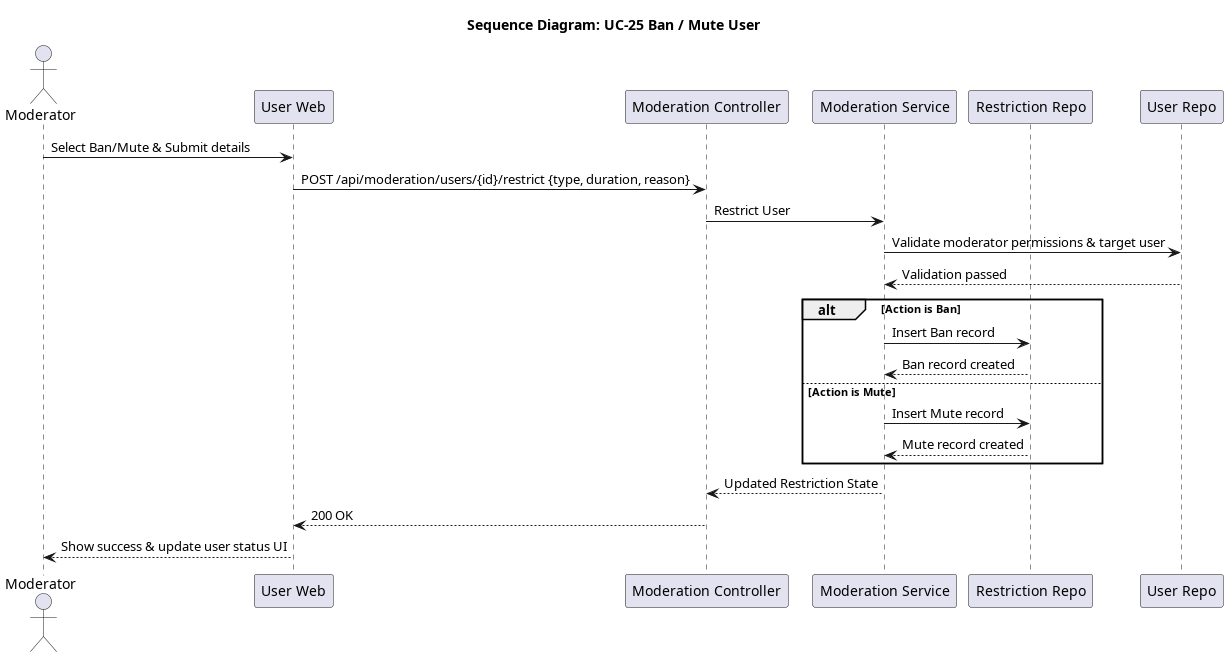
This is docs/srs_add/SAD/diagrams/seq_25_ban_mute_user.png from giakiet05/lkforum-new, a PlantUML export, as it was before one commit. Source of this version:
```plantuml
@startuml seq_25_ban_mute_user
title Sequence Diagram: UC-25 Ban / Mute User

actor Moderator
participant "User Web" as Frontend
participant "Moderation Controller" as Controller
participant "Moderation Service" as Service
participant "Restriction Repo" as Repo
participant "User Repo" as UserRepo

Moderator -> Frontend: Select Ban/Mute & Submit details
Frontend -> Controller: POST /api/moderation/users/{id}/restrict {type, duration, reason}
Controller -> Service: Restrict User
Service -> UserRepo: Validate moderator permissions & target user
UserRepo --> Service: Validation passed

alt Action is Ban
    Service -> Repo: Insert Ban record
    Repo --> Service: Ban record created
else Action is Mute
    Service -> Repo: Insert Mute record
    Repo --> Service: Mute record created
end

Service --> Controller: Updated Restriction State
Controller --> Frontend: 200 OK
Frontend --> Moderator: Show success & update user status UI
@enduml
```
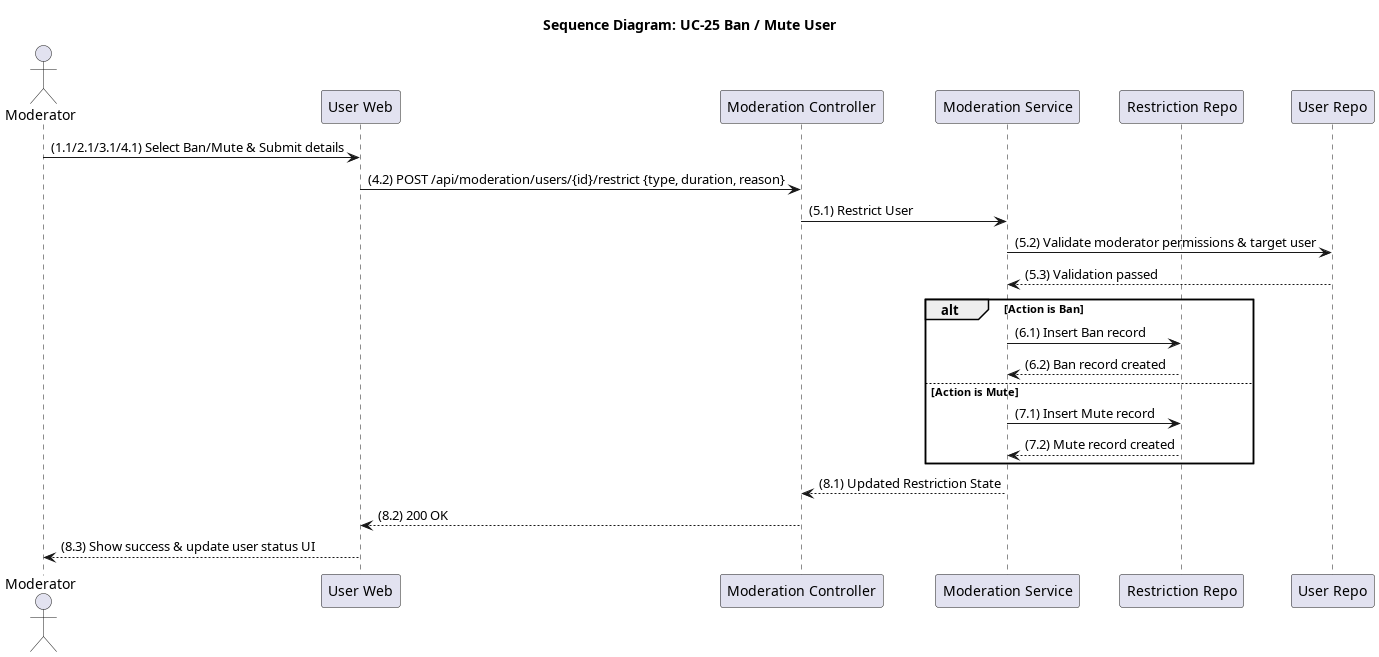
Above is the later version.

Diff of the diagram source:
```diff
@@ -8,21 +8,21 @@
 participant "Restriction Repo" as Repo
 participant "User Repo" as UserRepo
 
-Moderator -> Frontend: Select Ban/Mute & Submit details
-Frontend -> Controller: POST /api/moderation/users/{id}/restrict {type, duration, reason}
-Controller -> Service: Restrict User
-Service -> UserRepo: Validate moderator permissions & target user
-UserRepo --> Service: Validation passed
+Moderator -> Frontend: (1.1/2.1/3.1/4.1) Select Ban/Mute & Submit details
+Frontend -> Controller: (4.2) POST /api/moderation/users/{id}/restrict {type, duration, reason}
+Controller -> Service: (5.1) Restrict User
+Service -> UserRepo: (5.2) Validate moderator permissions & target user
+UserRepo --> Service: (5.3) Validation passed
 
 alt Action is Ban
-    Service -> Repo: Insert Ban record
-    Repo --> Service: Ban record created
+    Service -> Repo: (6.1) Insert Ban record
+    Repo --> Service: (6.2) Ban record created
 else Action is Mute
-    Service -> Repo: Insert Mute record
-    Repo --> Service: Mute record created
+    Service -> Repo: (7.1) Insert Mute record
+    Repo --> Service: (7.2) Mute record created
 end
 
-Service --> Controller: Updated Restriction State
-Controller --> Frontend: 200 OK
-Frontend --> Moderator: Show success & update user status UI
+Service --> Controller: (8.1) Updated Restriction State
+Controller --> Frontend: (8.2) 200 OK
+Frontend --> Moderator: (8.3) Show success & update user status UI
 @enduml
```
